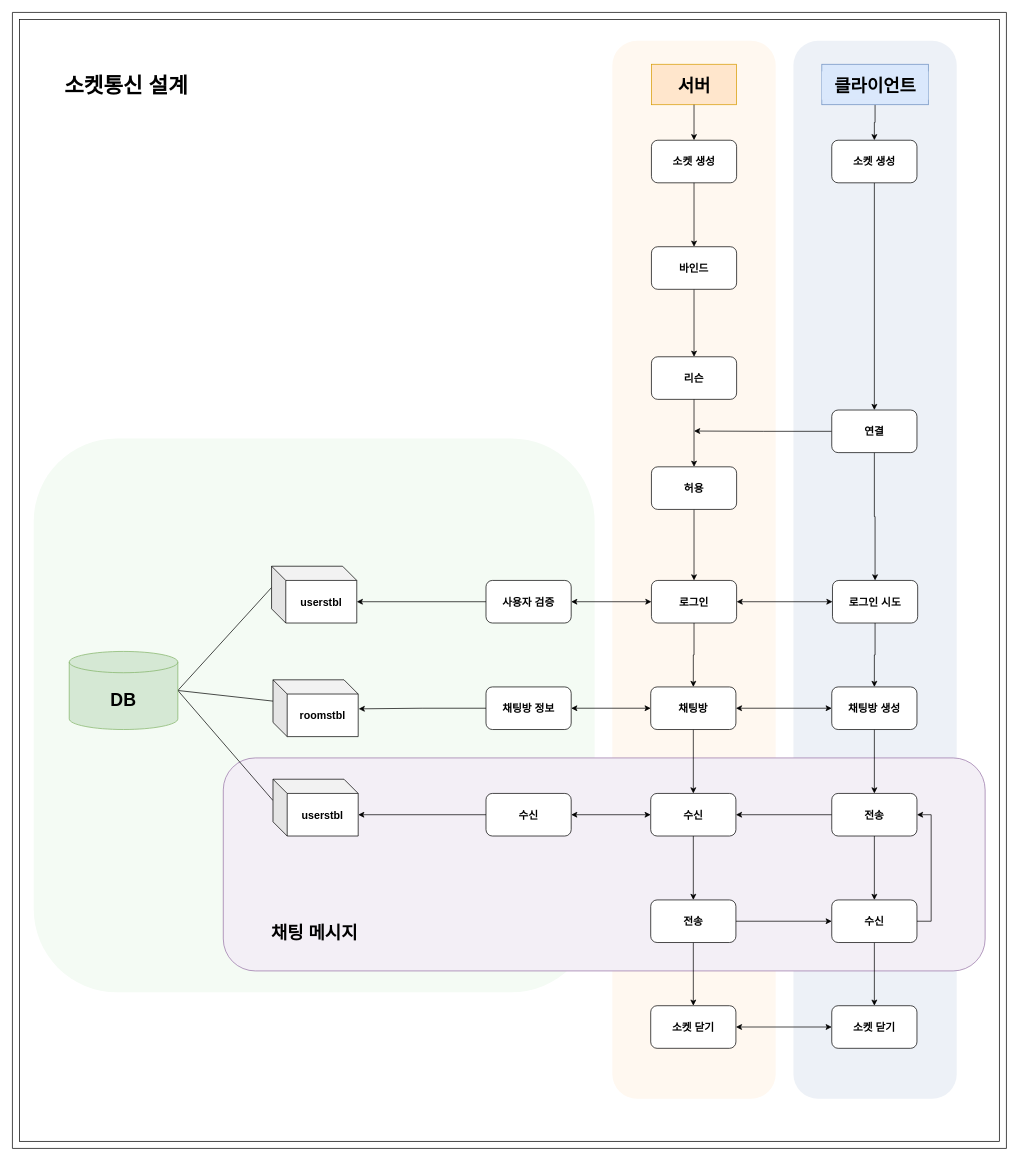
Above: 제목 없는 다이어그램.drawio in Hyunmin-Kwak-hub/neighbor21 (draw.io), before the change. Source tidied: cells renumbered, new cells numbered last; positions are measured from the earlier drawing's top-left corner, leaving out a move shared by most shapes. Both pictures are drawn from the tidied source at 71%, with x=0, y=0 at pixel (12, 12).
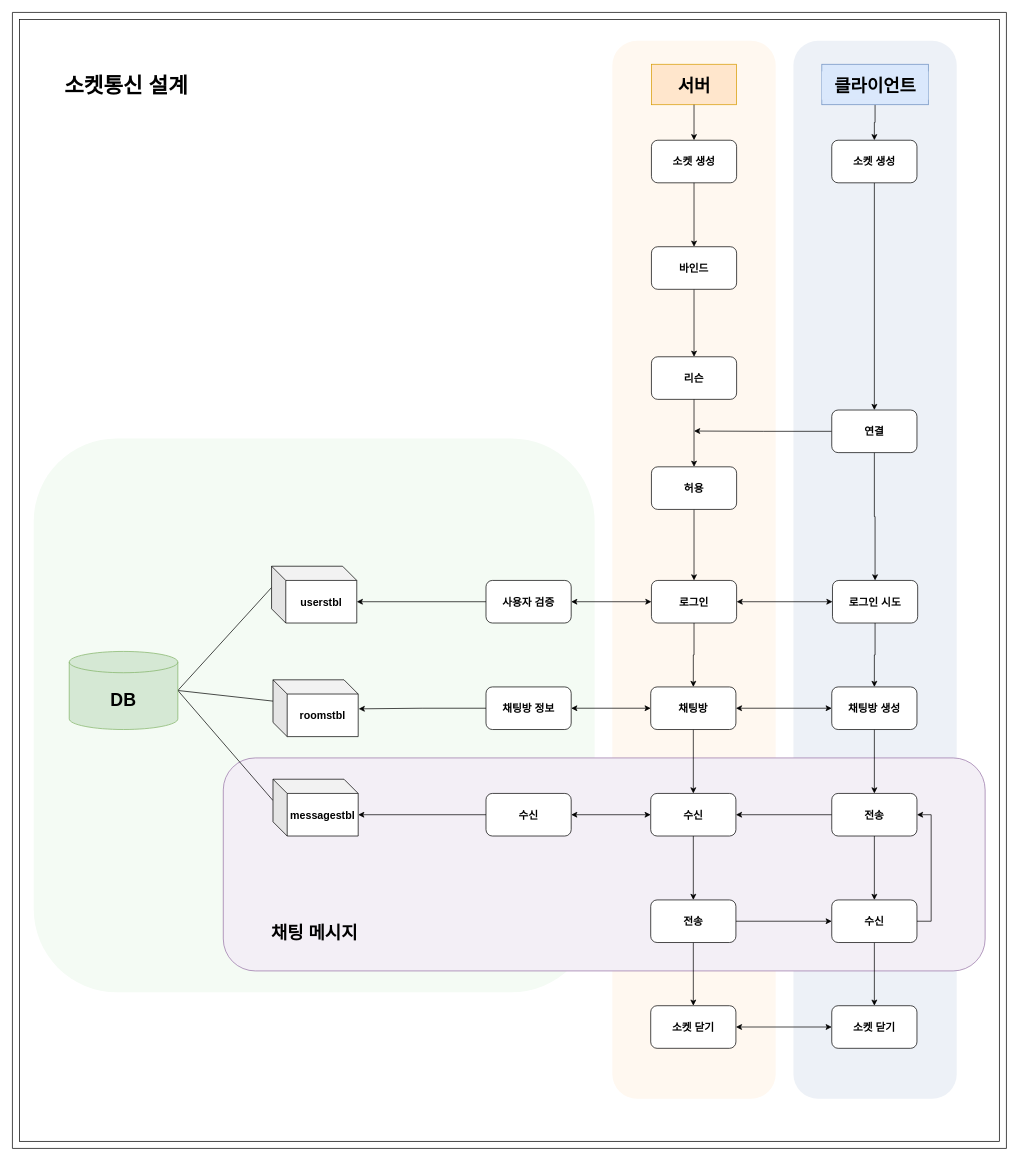
Above is the later version.

Commit message (it also covers changes not shown here):
제목 없는 다이어그램.drawio 업데이트

Unchanged cells that the change refers to:
```xml
<mxCell id="2" style="swimlane;startSize=0;fontSize=25;" parent="1" vertex="1">
  <mxGeometry width="1400" height="1600" as="geometry" />
</mxCell>
```

What changed in the source:
```diff
@@
-    <mxCell id="50" value="userstbl" style="shape=cube;whiteSpace=wrap;html=1;boundedLbl=1;backgroundOutline=1;darkOpacity=0.05;darkOpacity2=0.1;fontStyle=1;fontSize=15;" parent="2" vertex="1">
+    <mxCell id="50" value="messagestbl" style="shape=cube;whiteSpace=wrap;html=1;boundedLbl=1;backgroundOutline=1;darkOpacity=0.05;darkOpacity2=0.1;fontStyle=1;fontSize=15;" parent="2" vertex="1">
       <mxGeometry x="367" y="1080" width="120" height="80" as="geometry" />
     </mxCell>
```
